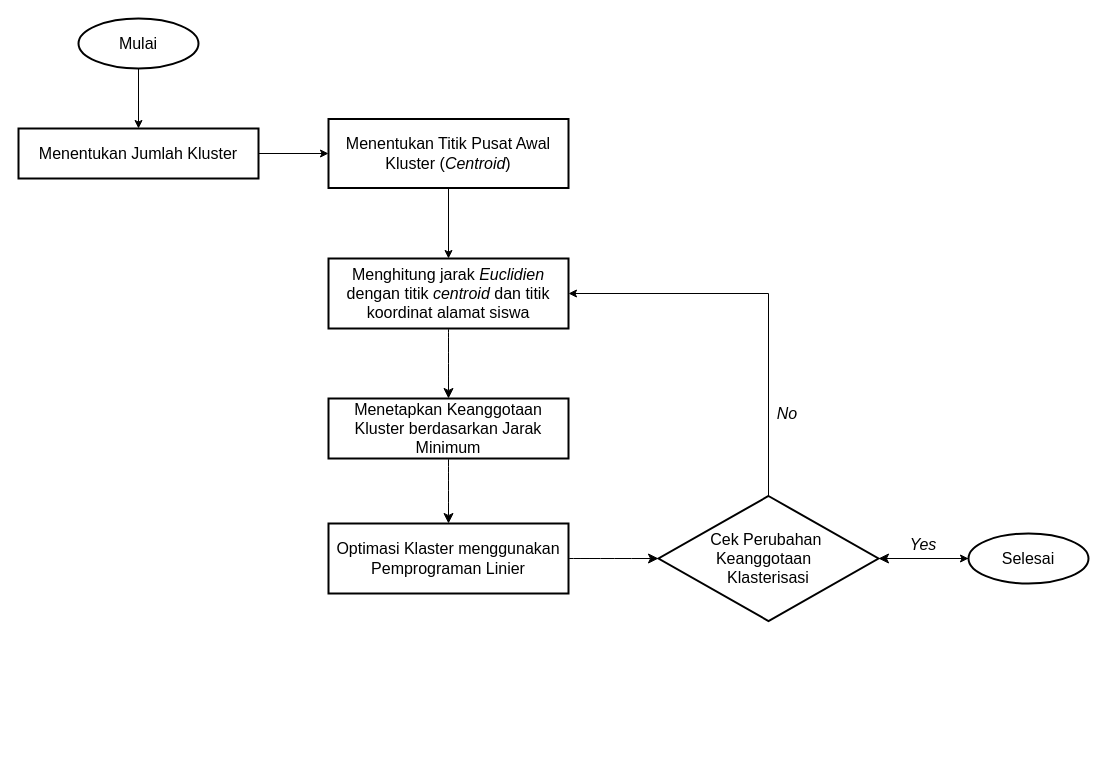
Before: page "Halaman-6" (6 of 7) of Diagram Tanpa Judul.drawio in NayaRPL/bebas, a draw.io diagram. Source tidied: cells renumbered, new cells numbered last; positions are measured from the earlier drawing's top-left corner, leaving out a move shared by most shapes. Both pictures are drawn from the tidied source at 100%, with x=0, y=0 at pixel (18, 18).
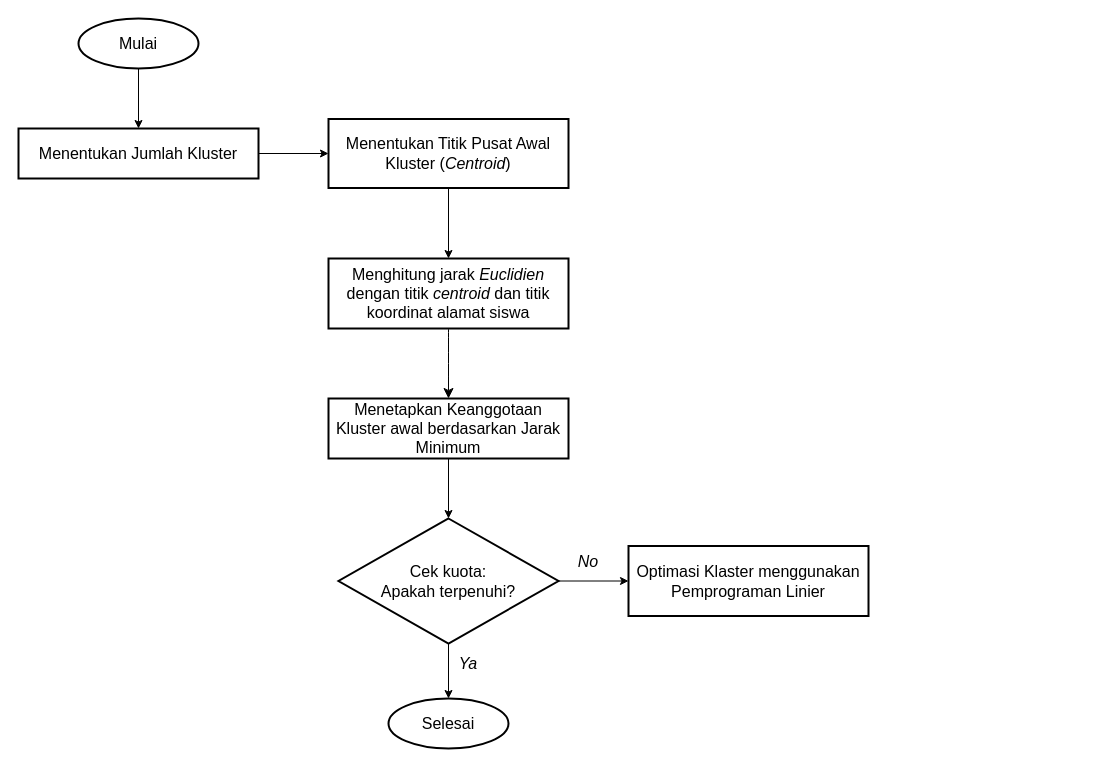
Above is the later version.

The change refers to these unchanged cells:
```xml
<mxCell id="9" value="&lt;font style=&quot;font-size: 16px;&quot;&gt;Menghitung jarak &lt;i style=&quot;&quot;&gt;Euclidien&lt;/i&gt; dengan titik &lt;i style=&quot;&quot;&gt;centroid &lt;/i&gt;dan titik koordinat alamat siswa&lt;/font&gt;" style="rounded=0;whiteSpace=wrap;html=1;absoluteArcSize=1;arcSize=14;strokeWidth=2;" parent="1" vertex="1">
  <mxGeometry x="310" y="240" width="240" height="70" as="geometry" />
</mxCell>
```

Change to the diagram source:
```diff
@@
-    <mxCell id="10" style="edgeStyle=none;curved=1;rounded=0;jettySize=auto;html=1;exitX=0.5;exitY=1;exitDx=0;exitDy=0;entryX=0.5;entryY=0;entryDx=0;entryDy=0;fontSize=12;startSize=8;endSize=8;" parent="1" edge="1" source="11" target="18">
-      <mxGeometry relative="1" as="geometry" />
-    </mxCell>
+    <mxCell id="21" style="edgeStyle=orthogonalEdgeStyle;rounded=0;jettySize=auto;html=1;exitX=0.5;exitY=1;exitDx=0;exitDy=0;" parent="1" edge="1" source="11" target="13">
+      <mxGeometry relative="1" as="geometry" />
+    </mxCell>
-    <mxCell id="11" value="&lt;font style=&quot;font-size: 16px;&quot;&gt;Menetapkan Keanggotaan Kluster berdasarkan Jarak Minimum&lt;/font&gt;" style="rounded=0;whiteSpace=wrap;html=1;absoluteArcSize=1;arcSize=14;strokeWidth=2;" parent="1" vertex="1">
+    <mxCell id="11" value="&lt;font style=&quot;font-size: 16px;&quot;&gt;Menetapkan Keanggotaan Kluster awal berdasarkan Jarak Minimum&lt;/font&gt;" style="rounded=0;whiteSpace=wrap;html=1;absoluteArcSize=1;arcSize=14;strokeWidth=2;" parent="1" vertex="1">
       <mxGeometry x="310" y="380" width="240" height="60" as="geometry" />
     </mxCell>
-    <mxCell id="12" style="edgeStyle=orthogonalEdgeStyle;rounded=0;jettySize=auto;html=1;exitX=0.5;exitY=0;exitDx=0;exitDy=0;exitPerimeter=0;entryX=1;entryY=0.5;entryDx=0;entryDy=0;" parent="1" edge="1" source="13" target="9">
-      <mxGeometry relative="1" as="geometry" />
-    </mxCell>
+    <mxCell id="22" style="edgeStyle=orthogonalEdgeStyle;rounded=0;jettySize=auto;html=1;exitX=1;exitY=0.5;exitDx=0;exitDy=0;exitPerimeter=0;entryX=0;entryY=0.5;entryDx=0;entryDy=0;" parent="1" edge="1" source="13" target="18">
+      <mxGeometry relative="1" as="geometry" />
+    </mxCell>
-    <mxCell id="13" value="&lt;font style=&quot;font-size: 16px;&quot;&gt;Cek Perubahan&amp;nbsp;&lt;/font&gt;&lt;div&gt;&lt;font style=&quot;font-size: 16px;&quot;&gt;Keanggotaan&amp;nbsp;&amp;nbsp;&lt;/font&gt;&lt;/div&gt;&lt;div&gt;&lt;font style=&quot;font-size: 16px;&quot;&gt;Klasterisasi&lt;/font&gt;&lt;/div&gt;" style="strokeWidth=2;html=1;shape=mxgraph.flowchart.decision;whiteSpace=wrap;align=center;" parent="1" vertex="1">
-      <mxGeometry x="640" y="477.5" width="220" height="125" as="geometry" />
+    <mxCell id="13" value="&lt;font style=&quot;font-size: 16px;&quot;&gt;Cek kuota:&lt;/font&gt;&lt;div&gt;&lt;font style=&quot;font-size: 16px;&quot;&gt;Apakah terpenuhi?&lt;/font&gt;&lt;/div&gt;" style="strokeWidth=2;html=1;shape=mxgraph.flowchart.decision;whiteSpace=wrap;align=center;" parent="1" vertex="1">
+      <mxGeometry x="320" y="500" width="220" height="125" as="geometry" />
     </mxCell>
-    <mxCell id="14" style="edgeStyle=none;curved=1;rounded=0;jettySize=auto;html=1;fontSize=12;startSize=8;endSize=8;" parent="1" edge="1" source="15" target="13">
-      <mxGeometry relative="1" as="geometry" />
-    </mxCell>
     <mxCell id="15" value="&lt;font style=&quot;font-size: 16px;&quot;&gt;Selesai&lt;/font&gt;" style="strokeWidth=2;html=1;shape=mxgraph.flowchart.start_1;whiteSpace=wrap;" parent="1" vertex="1">
-      <mxGeometry x="950" y="515" width="120" height="50" as="geometry" />
+      <mxGeometry x="370" y="680" width="120" height="50" as="geometry" />
     </mxCell>
     <mxCell id="16" value="&lt;font style=&quot;font-size: 16px;&quot;&gt;&lt;i style=&quot;&quot;&gt;No&lt;/i&gt;&lt;/font&gt;" style="text;html=1;align=center;verticalAlign=middle;whiteSpace=wrap;rounded=0;" parent="1" vertex="1">
-      <mxGeometry x="729" y="380" width="80" height="30" as="geometry" />
+      <mxGeometry x="530" y="527.5" width="80" height="30" as="geometry" />
     </mxCell>
-    <mxCell id="17" value="&lt;font style=&quot;font-size: 16px;&quot;&gt;&lt;i style=&quot;&quot;&gt;Yes&lt;/i&gt;&lt;/font&gt;" style="text;html=1;align=center;verticalAlign=middle;whiteSpace=wrap;rounded=0;" parent="1" vertex="1">
-      <mxGeometry x="880" y="511" width="50" height="30" as="geometry" />
-    </mxCell>
     <mxCell id="18" value="&lt;font style=&quot;font-size: 16px;&quot;&gt;Optimasi Klaster menggunakan Pemprograman Linier&lt;/font&gt;" style="rounded=0;whiteSpace=wrap;html=1;absoluteArcSize=1;arcSize=14;strokeWidth=2;" parent="1" vertex="1">
-      <mxGeometry x="310" y="505" width="240" height="70" as="geometry" />
+      <mxGeometry x="610" y="527.5" width="240" height="70" as="geometry" />
     </mxCell>
-    <mxCell id="19" style="edgeStyle=orthogonalEdgeStyle;rounded=0;jettySize=auto;html=1;exitX=1;exitY=0.5;exitDx=0;exitDy=0;exitPerimeter=0;entryX=0;entryY=0.5;entryDx=0;entryDy=0;entryPerimeter=0;" parent="1" edge="1" source="13" target="15">
+    <mxCell id="19" style="edgeStyle=orthogonalEdgeStyle;rounded=0;jettySize=auto;html=1;exitX=0.5;exitY=1;exitDx=0;exitDy=0;exitPerimeter=0;entryX=0.5;entryY=0;entryDx=0;entryDy=0;entryPerimeter=0;" parent="1" edge="1" source="13" target="15">
       <mxGeometry relative="1" as="geometry" />
     </mxCell>
-    <mxCell id="20" style="edgeStyle=none;curved=1;rounded=0;jettySize=auto;html=1;exitX=1;exitY=0.5;exitDx=0;exitDy=0;entryX=0;entryY=0.5;entryDx=0;entryDy=0;entryPerimeter=0;fontSize=12;startSize=8;endSize=8;" parent="1" edge="1" source="18" target="13">
-      <mxGeometry relative="1" as="geometry" />
-    </mxCell>
+    <mxCell id="23" value="&lt;font style=&quot;font-size: 16px;&quot;&gt;&lt;i style=&quot;&quot;&gt;Ya&lt;/i&gt;&lt;/font&gt;" style="text;html=1;align=center;verticalAlign=middle;whiteSpace=wrap;rounded=0;" parent="1" vertex="1">
+      <mxGeometry x="410" y="630" width="80" height="30" as="geometry" />
+    </mxCell>
```
